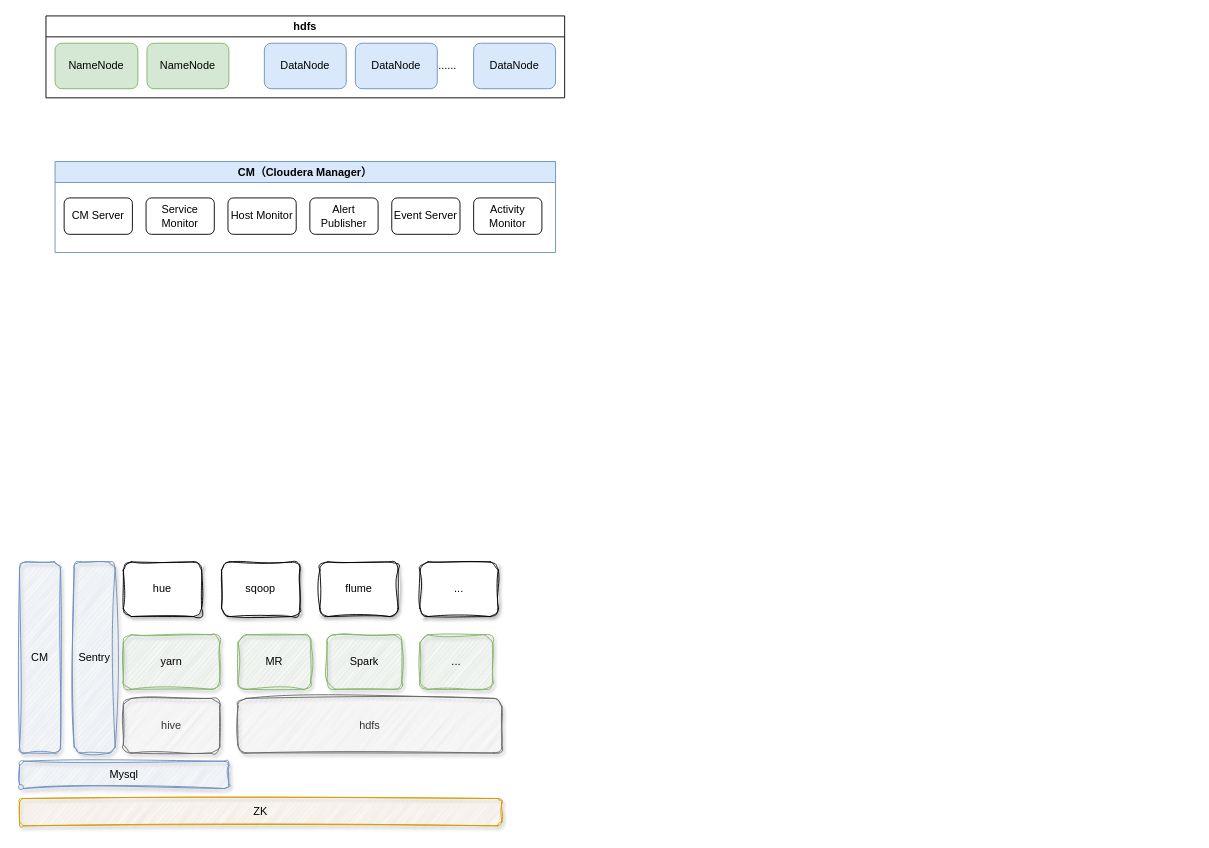
Above: 集群架构.drawio in hhyouyou/draw (draw.io), before the change. Source tidied: cells renumbered, new cells numbered last; positions are measured from the earlier drawing's top-left corner, leaving out a move shared by most shapes. Both pictures are drawn from the tidied source at 91%, with x=0, y=0 at pixel (19, 15).
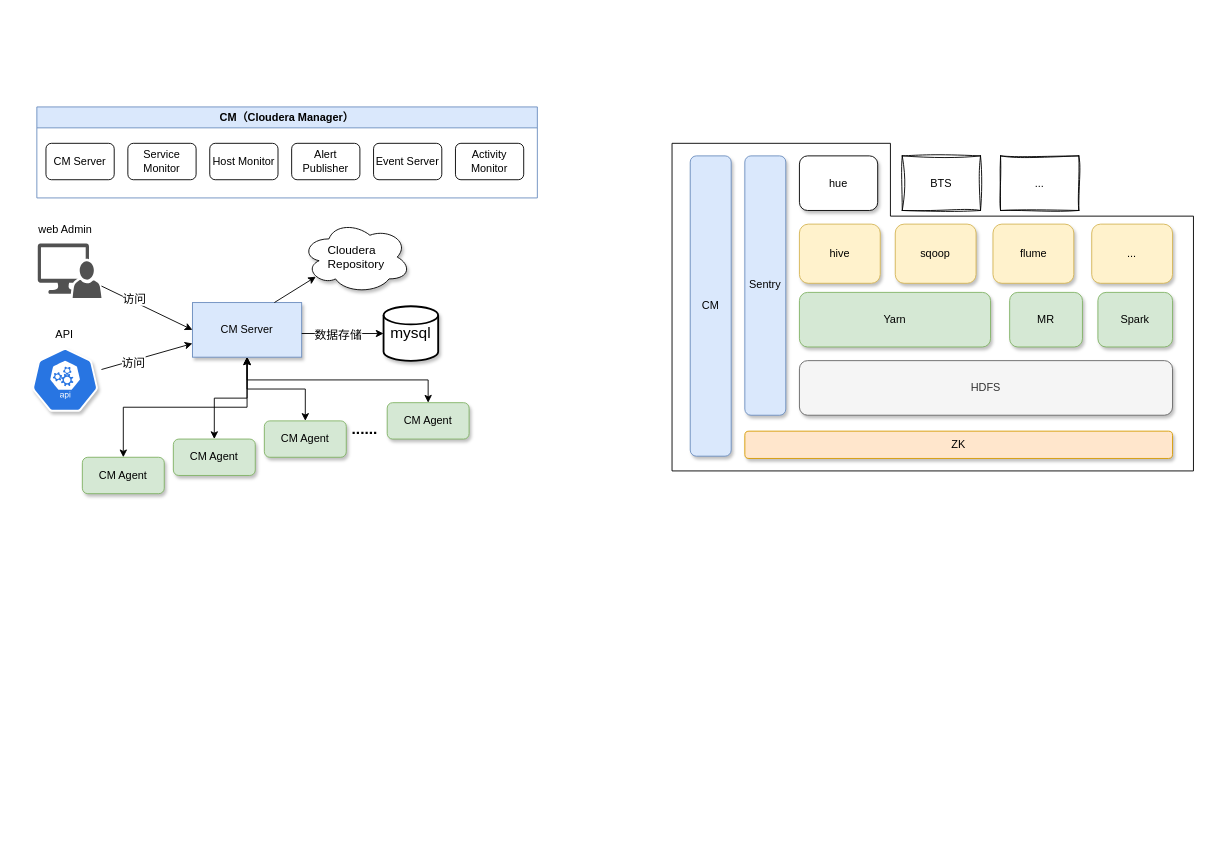
The same page after the edit.

Commit message:
更新集群架构.drawio

Diff of the diagram source:
```diff
@@
-    <mxCell id="2" style="edgeStyle=orthogonalEdgeStyle;rounded=0;jettySize=auto;html=1;entryX=0.5;entryY=1;entryDx=0;entryDy=0;shape=flexArrow;strokeColor=none;fillColor=default;" parent="1" edge="1" source="3" target="10">
-      <mxGeometry relative="1" as="geometry" />
-    </mxCell>
+    <mxCell id="31" style="group;" parent="1" vertex="1">
+      <mxGeometry x="10" y="100" width="559" height="425" as="geometry" />
+    </mxCell>
-    <mxCell id="3" value="CM（Cloudera Manager）" style="swimlane;whiteSpace=wrap;html=1;fillColor=#dae8fc;strokeColor=#6c8ebf;glass=0;shadow=0;" parent="1" vertex="1">
-      <mxGeometry x="39" y="160" width="550" height="100" as="geometry" />
+    <mxCell id="3" value="CM（Cloudera Manager）" style="swimlane;whiteSpace=wrap;html=1;fillColor=#dae8fc;strokeColor=#6c8ebf;glass=0;shadow=0;" parent="31" vertex="1">
+      <mxGeometry x="9" width="550" height="100" as="geometry" />
     </mxCell>
@@
-    <mxCell id="10" value="hdfs" style="swimlane;whiteSpace=wrap;html=1;" parent="1" vertex="1">
-      <mxGeometry x="29" width="570" height="90" as="geometry" />
-    </mxCell>
-    <mxCell id="11" value="NameNode" style="rounded=1;whiteSpace=wrap;html=1;fillColor=#d5e8d4;strokeColor=#82b366;" parent="10" vertex="1">
-      <mxGeometry x="10" y="30" width="91" height="50" as="geometry" />
-    </mxCell>
-    <mxCell id="12" value="NameNode" style="rounded=1;whiteSpace=wrap;html=1;fillColor=#d5e8d4;strokeColor=#82b366;" parent="10" vertex="1">
-      <mxGeometry x="111" y="30" width="90" height="50" as="geometry" />
-    </mxCell>
-    <mxCell id="13" value="DataNode" style="rounded=1;whiteSpace=wrap;html=1;fillColor=#dae8fc;strokeColor=#6c8ebf;" parent="10" vertex="1">
-      <mxGeometry x="240" y="30" width="90" height="50" as="geometry" />
-    </mxCell>
-    <mxCell id="14" value="DataNode" style="rounded=1;whiteSpace=wrap;html=1;fillColor=#dae8fc;strokeColor=#6c8ebf;" parent="10" vertex="1">
-      <mxGeometry x="470" y="30" width="90" height="50" as="geometry" />
-    </mxCell>
+    <mxCell id="32" value="CM Server" style="rounded=0;whiteSpace=wrap;html=1;shadow=1;sketch=0;fillColor=#dae8fc;strokeColor=#6c8ebf;" parent="31" vertex="1">
+      <mxGeometry x="180" y="215" width="120" height="60" as="geometry" />
+    </mxCell>
+    <mxCell id="33" style="edgeStyle=elbowEdgeStyle;rounded=0;jettySize=auto;html=1;entryX=0.5;entryY=1;entryDx=0;entryDy=0;fontFamily=Helvetica;fontSize=17;startArrow=classic;startFill=1;elbow=vertical;" parent="31" edge="1" source="34" target="32">
+      <mxGeometry relative="1" as="geometry" />
+    </mxCell>
+    <mxCell id="34" value="CM Agent" style="rounded=1;whiteSpace=wrap;html=1;shadow=1;sketch=0;fillColor=#d5e8d4;strokeColor=#82b366;" parent="31" vertex="1">
+      <mxGeometry x="59" y="385" width="90" height="40" as="geometry" />
+    </mxCell>
+    <mxCell id="35" style="group;" parent="31" vertex="1">
+      <mxGeometry y="120" width="80" height="90" as="geometry" />
+    </mxCell>
+    <mxCell id="36" style="sketch=0;shadow=0;dashed=0;html=1;strokeColor=none;labelPosition=center;verticalLabelPosition=bottom;verticalAlign=top;align=center;fillColor=#515151;shape=mxgraph.mscae.system_center.admin_console;" parent="35" vertex="1">
+      <mxGeometry x="10" y="30" width="70" height="60" as="geometry" />
+    </mxCell>
+    <mxCell id="37" value="web Admin" style="text;html=1;align=center;verticalAlign=middle;strokeColor=none;fillColor=none;" parent="35" vertex="1">
+      <mxGeometry width="80" height="30" as="geometry" />
+    </mxCell>
+    <mxCell id="38" style="group;" parent="31" vertex="1">
+      <mxGeometry y="235" width="80" height="100" as="geometry" />
+    </mxCell>
+    <mxCell id="39" style="sketch=0;html=1;dashed=0;whitespace=wrap;fillColor=#2875E2;strokeColor=#ffffff;points=[[0.005,0.63,0],[0.1,0.2,0],[0.9,0.2,0],[0.5,0,0],[0.995,0.63,0],[0.72,0.99,0],[0.5,1,0],[0.28,0.99,0]];verticalLabelPosition=bottom;align=center;verticalAlign=top;shape=mxgraph.kubernetes.icon;prIcon=api;shadow=1;" parent="38" vertex="1">
+      <mxGeometry y="30" width="80" height="70" as="geometry" />
+    </mxCell>
+    <mxCell id="40" value="API" style="text;html=1;align=center;verticalAlign=middle;strokeColor=none;fillColor=none;" parent="38" vertex="1">
+      <mxGeometry x="19" width="40" height="30" as="geometry" />
+    </mxCell>
+    <mxCell id="41" style="rounded=0;jettySize=auto;html=1;entryX=0;entryY=0.5;entryDx=0;entryDy=0;" parent="31" edge="1" source="36" target="32">
+      <mxGeometry relative="1" as="geometry" />
+    </mxCell>
+    <mxCell id="42" value="访问" style="edgeLabel;html=1;align=center;verticalAlign=middle;fontSize=13;fontFamily=Helvetica;" parent="41" vertex="1">
+      <mxGeometry x="-0.32" y="2" relative="1" as="geometry">
+        <mxPoint y="-1" as="offset" />
+      </mxGeometry>
+    </mxCell>
+    <mxCell id="43" style="edgeStyle=none;rounded=0;jettySize=auto;html=1;entryX=0;entryY=0.75;entryDx=0;entryDy=0;" parent="31" edge="1" source="39" target="32">
+      <mxGeometry relative="1" as="geometry" />
+    </mxCell>
+    <mxCell id="44" value="访问" style="edgeLabel;html=1;align=center;verticalAlign=middle;fontSize=13;fontFamily=Helvetica;" parent="43" vertex="1">
+      <mxGeometry x="-0.33" y="-2" relative="1" as="geometry" />
+    </mxCell>
+    <mxCell id="45" style="edgeStyle=elbowEdgeStyle;rounded=0;jettySize=auto;elbow=vertical;html=1;fontFamily=Helvetica;fontSize=17;startArrow=classic;startFill=1;" parent="31" edge="1" source="46" target="32">
+      <mxGeometry relative="1" as="geometry" />
+    </mxCell>
+    <mxCell id="46" value="CM Agent" style="rounded=1;whiteSpace=wrap;html=1;shadow=1;sketch=0;fillColor=#d5e8d4;strokeColor=#82b366;" parent="31" vertex="1">
+      <mxGeometry x="259" y="345" width="90" height="40" as="geometry" />
+    </mxCell>
+    <mxCell id="47" style="edgeStyle=elbowEdgeStyle;rounded=0;jettySize=auto;elbow=vertical;html=1;entryX=0.5;entryY=1;entryDx=0;entryDy=0;fontFamily=Helvetica;fontSize=17;startArrow=classic;startFill=1;" parent="31" edge="1" source="48" target="32">
+      <mxGeometry relative="1" as="geometry" />
+    </mxCell>
+    <mxCell id="48" value="CM Agent" style="rounded=1;whiteSpace=wrap;html=1;shadow=1;sketch=0;fillColor=#d5e8d4;strokeColor=#82b366;" parent="31" vertex="1">
+      <mxGeometry x="159" y="365" width="90" height="40" as="geometry" />
+    </mxCell>
+    <mxCell id="49" style="edgeStyle=elbowEdgeStyle;rounded=0;jettySize=auto;elbow=vertical;html=1;fontFamily=Helvetica;fontSize=17;startArrow=classic;startFill=1;" parent="31" edge="1" source="50" target="32">
+      <mxGeometry relative="1" as="geometry" />
+    </mxCell>
+    <mxCell id="50" value="CM Agent" style="rounded=1;whiteSpace=wrap;html=1;shadow=1;sketch=0;fillColor=#d5e8d4;strokeColor=#82b366;" parent="31" vertex="1">
+      <mxGeometry x="394" y="325" width="90" height="40" as="geometry" />
+    </mxCell>
-    <mxCell id="15" value="......" style="text;html=1;align=center;verticalAlign=middle;strokeColor=none;fillColor=none;" parent="10" vertex="1">
-      <mxGeometry x="421" y="40" width="40" height="30" as="geometry" />
+    <mxCell id="15" value="......" style="text;html=1;align=center;verticalAlign=middle;strokeColor=none;fillColor=none;fontStyle=1;fontFamily=Helvetica;fontSize=17;" parent="31" vertex="1">
+      <mxGeometry x="344" y="340" width="50" height="30" as="geometry" />
     </mxCell>
-    <mxCell id="16" value="DataNode" style="rounded=1;whiteSpace=wrap;html=1;fillColor=#dae8fc;strokeColor=#6c8ebf;" parent="10" vertex="1">
-      <mxGeometry x="340" y="30" width="90" height="50" as="geometry" />
-    </mxCell>
-    <mxCell id="17" value="CM" style="rounded=1;whiteSpace=wrap;html=1;fillColor=#dae8fc;strokeColor=#6c8ebf;sketch=1;curveFitting=1;jiggle=2;shadow=1;glass=0;" parent="1" vertex="1">
-      <mxGeometry y="600" width="45" height="210" as="geometry" />
-    </mxCell>
+    <mxCell id="51" value="mysql" style="strokeWidth=2;html=1;shape=mxgraph.flowchart.database;whiteSpace=wrap;shadow=1;sketch=0;fontFamily=Helvetica;fontSize=17;" parent="31" vertex="1">
+      <mxGeometry x="390" y="219" width="60" height="60" as="geometry" />
+    </mxCell>
+    <mxCell id="52" style="edgeStyle=elbowEdgeStyle;rounded=0;jettySize=auto;elbow=vertical;html=1;entryX=0;entryY=0.5;entryDx=0;entryDy=0;entryPerimeter=0;fontFamily=Helvetica;fontSize=17;startArrow=none;startFill=0;" parent="31" edge="1" source="32" target="51">
+      <mxGeometry relative="1" as="geometry" />
+    </mxCell>
+    <mxCell id="53" value="数据存储" style="edgeLabel;html=1;align=center;verticalAlign=middle;fontSize=13;fontFamily=Helvetica;" parent="52" vertex="1">
+      <mxGeometry x="-0.27" relative="1" as="geometry">
+        <mxPoint x="6" as="offset" />
+      </mxGeometry>
+    </mxCell>
+    <mxCell id="54" value="&lt;div style=&quot;text-align: start;&quot;&gt;Cloudera&lt;/div&gt;&lt;div style=&quot;text-align: start;&quot;&gt;Repository&lt;/div&gt;" style="ellipse;shape=cloud;whiteSpace=wrap;html=1;shadow=1;sketch=0;fontFamily=Helvetica;fontSize=13;" parent="31" vertex="1">
+      <mxGeometry x="300" y="125" width="120" height="80" as="geometry" />
+    </mxCell>
+    <mxCell id="55" style="edgeStyle=none;rounded=0;jettySize=auto;html=1;exitX=0.75;exitY=0;exitDx=0;exitDy=0;entryX=0.13;entryY=0.77;entryDx=0;entryDy=0;entryPerimeter=0;fontFamily=Helvetica;fontSize=13;startArrow=none;startFill=0;elbow=vertical;" parent="31" edge="1" source="32" target="54">
+      <mxGeometry relative="1" as="geometry" />
+    </mxCell>
+    <mxCell id="56" style="group;" parent="1" vertex="1">
+      <mxGeometry x="717" y="140" width="573" height="360" as="geometry" />
+    </mxCell>
+    <mxCell id="57" style="shape=corner;whiteSpace=wrap;html=1;rounded=0;shadow=0;glass=0;sketch=0;fontFamily=Helvetica;fontSize=13;dx=280;dy=240;direction=north;" parent="56" vertex="1">
+      <mxGeometry width="573" height="360" as="geometry" />
+    </mxCell>
+    <mxCell id="58" style="group;" parent="56" vertex="1">
+      <mxGeometry x="20" y="13.8" width="530" height="332.5" as="geometry" />
+    </mxCell>
-    <mxCell id="18" value="hdfs" style="rounded=1;whiteSpace=wrap;html=1;fillColor=#f5f5f5;strokeColor=#666666;fontColor=#333333;sketch=1;curveFitting=1;jiggle=2;shadow=1;glass=0;" parent="1" vertex="1">
-      <mxGeometry x="240" y="750" width="290" height="60" as="geometry" />
+    <mxCell id="18" value="HDFS" style="rounded=1;whiteSpace=wrap;html=1;fillColor=#f5f5f5;strokeColor=#666666;fontColor=#333333;sketch=0;curveFitting=1;jiggle=2;shadow=1;glass=0;" parent="58" vertex="1">
+      <mxGeometry x="120" y="225" width="410" height="60" as="geometry" />
     </mxCell>
-    <mxCell id="19" value="yarn" style="rounded=1;whiteSpace=wrap;html=1;fillColor=#d5e8d4;strokeColor=#82b366;sketch=1;curveFitting=1;jiggle=2;shadow=1;glass=0;" parent="1" vertex="1">
-      <mxGeometry x="114" y="680" width="106" height="60" as="geometry" />
-    </mxCell>
-    <mxCell id="20" value="hive" style="rounded=1;whiteSpace=wrap;html=1;fillColor=#f5f5f5;strokeColor=#666666;fontColor=#333333;sketch=1;curveFitting=1;jiggle=2;shadow=1;glass=0;" parent="1" vertex="1">
-      <mxGeometry x="114" y="750" width="106" height="60" as="geometry" />
-    </mxCell>
+    <mxCell id="23" value="ZK" style="rounded=1;whiteSpace=wrap;html=1;fillColor=#ffe6cc;strokeColor=#d79b00;sketch=0;curveFitting=1;jiggle=2;shadow=1;glass=0;" parent="58" vertex="1">
+      <mxGeometry x="60" y="302.5" width="470" height="30" as="geometry" />
+    </mxCell>
-    <mxCell id="21" value="hue" style="rounded=1;whiteSpace=wrap;html=1;sketch=1;curveFitting=1;jiggle=2;shadow=1;glass=0;" parent="1" vertex="1">
-      <mxGeometry x="114" y="600" width="86" height="60" as="geometry" />
+    <mxCell id="21" value="hue" style="rounded=1;whiteSpace=wrap;html=1;sketch=0;curveFitting=1;jiggle=2;shadow=1;glass=0;" parent="58" vertex="1">
+      <mxGeometry x="120" width="86" height="60" as="geometry" />
     </mxCell>
-    <mxCell id="22" value="Sentry" style="rounded=1;whiteSpace=wrap;html=1;fillColor=#dae8fc;strokeColor=#6c8ebf;sketch=1;curveFitting=1;jiggle=2;shadow=1;glass=0;" parent="1" vertex="1">
-      <mxGeometry x="60" y="600" width="45" height="210" as="geometry" />
+    <mxCell id="22" value="Sentry" style="rounded=1;whiteSpace=wrap;html=1;fillColor=#dae8fc;strokeColor=#6c8ebf;sketch=0;curveFitting=1;jiggle=2;shadow=1;glass=0;" parent="58" vertex="1">
+      <mxGeometry x="60" width="45" height="285" as="geometry" />
     </mxCell>
-    <mxCell id="23" value="ZK" style="rounded=1;whiteSpace=wrap;html=1;fillColor=#ffe6cc;strokeColor=#d79b00;sketch=1;curveFitting=1;jiggle=2;shadow=1;glass=0;" parent="1" vertex="1">
-      <mxGeometry y="860" width="530" height="30" as="geometry" />
-    </mxCell>
+    <mxCell id="17" value="CM" style="rounded=1;whiteSpace=wrap;html=1;fillColor=#dae8fc;strokeColor=#6c8ebf;sketch=0;curveFitting=1;jiggle=2;shadow=1;glass=0;" parent="58" vertex="1">
+      <mxGeometry width="45" height="330" as="geometry" />
+    </mxCell>
+    <mxCell id="59" style="group;" parent="58" vertex="1">
+      <mxGeometry x="120" y="150" width="410" height="60" as="geometry" />
+    </mxCell>
+    <mxCell id="60" value="Yarn" style="rounded=1;whiteSpace=wrap;html=1;fillColor=#d5e8d4;strokeColor=#82b366;sketch=0;curveFitting=1;jiggle=2;shadow=1;glass=0;" parent="59" vertex="1">
+      <mxGeometry width="210" height="60" as="geometry" />
+    </mxCell>
+    <mxCell id="27" value="MR" style="rounded=1;whiteSpace=wrap;html=1;fillColor=#d5e8d4;strokeColor=#82b366;sketch=0;curveFitting=1;jiggle=2;shadow=1;glass=0;" parent="59" vertex="1">
+      <mxGeometry x="231" width="80" height="60" as="geometry" />
+    </mxCell>
+    <mxCell id="28" value="Spark" style="rounded=1;whiteSpace=wrap;html=1;fillColor=#d5e8d4;strokeColor=#82b366;sketch=0;curveFitting=1;jiggle=2;shadow=1;glass=0;" parent="59" vertex="1">
+      <mxGeometry x="328" width="82" height="60" as="geometry" />
+    </mxCell>
+    <mxCell id="61" style="group;" parent="58" vertex="1">
+      <mxGeometry x="120" y="75" width="410" height="65" as="geometry" />
+    </mxCell>
-    <mxCell id="24" value="sqoop" style="rounded=1;whiteSpace=wrap;html=1;sketch=1;curveFitting=1;jiggle=2;shadow=1;glass=0;" parent="1" vertex="1">
-      <mxGeometry x="222" y="600" width="86" height="60" as="geometry" />
+    <mxCell id="24" value="sqoop" style="rounded=1;whiteSpace=wrap;html=1;sketch=0;curveFitting=1;jiggle=2;shadow=1;glass=0;fillColor=#fff2cc;strokeColor=#d6b656;" parent="61" vertex="1">
+      <mxGeometry x="105.3" width="88.8" height="65" as="geometry" />
     </mxCell>
-    <mxCell id="25" value="flume" style="rounded=1;whiteSpace=wrap;html=1;sketch=1;curveFitting=1;jiggle=2;shadow=1;glass=0;" parent="1" vertex="1">
-      <mxGeometry x="330" y="600" width="86" height="60" as="geometry" />
+    <mxCell id="25" value="flume" style="rounded=1;whiteSpace=wrap;html=1;sketch=0;curveFitting=1;jiggle=2;shadow=1;glass=0;fillColor=#fff2cc;strokeColor=#d6b656;" parent="61" vertex="1">
+      <mxGeometry x="212.7" width="88.8" height="65" as="geometry" />
     </mxCell>
-    <mxCell id="26" value="..." style="rounded=1;whiteSpace=wrap;html=1;sketch=1;curveFitting=1;jiggle=2;shadow=1;glass=0;" parent="1" vertex="1">
-      <mxGeometry x="440" y="600" width="86" height="60" as="geometry" />
-    </mxCell>
-    <mxCell id="27" value="MR" style="rounded=1;whiteSpace=wrap;html=1;fillColor=#d5e8d4;strokeColor=#82b366;sketch=1;curveFitting=1;jiggle=2;shadow=1;glass=0;" parent="1" vertex="1">
-      <mxGeometry x="240" y="680" width="80" height="60" as="geometry" />
-    </mxCell>
-    <mxCell id="28" value="Spark" style="rounded=1;whiteSpace=wrap;html=1;fillColor=#d5e8d4;strokeColor=#82b366;sketch=1;curveFitting=1;jiggle=2;shadow=1;glass=0;" parent="1" vertex="1">
-      <mxGeometry x="338" y="680" width="82" height="60" as="geometry" />
-    </mxCell>
-    <mxCell id="29" value="..." style="rounded=1;whiteSpace=wrap;html=1;fillColor=#d5e8d4;strokeColor=#82b366;sketch=1;curveFitting=1;jiggle=2;shadow=1;glass=0;" parent="1" vertex="1">
-      <mxGeometry x="440" y="680" width="80" height="60" as="geometry" />
-    </mxCell>
-    <mxCell id="30" value="Mysql" style="rounded=1;whiteSpace=wrap;html=1;fillColor=#dae8fc;strokeColor=#6c8ebf;sketch=1;curveFitting=1;jiggle=2;shadow=1;glass=0;" parent="1" vertex="1">
-      <mxGeometry y="819" width="230" height="30" as="geometry" />
-    </mxCell>
+    <mxCell id="62" value="..." style="rounded=1;whiteSpace=wrap;html=1;sketch=0;curveFitting=1;jiggle=2;shadow=1;glass=0;fillColor=#fff2cc;strokeColor=#d6b656;" parent="61" vertex="1">
+      <mxGeometry x="321.2" width="88.8" height="65" as="geometry" />
+    </mxCell>
+    <mxCell id="20" value="hive" style="rounded=1;whiteSpace=wrap;html=1;sketch=0;curveFitting=1;jiggle=2;shadow=1;glass=0;fillColor=#fff2cc;strokeColor=#d6b656;" parent="61" vertex="1">
+      <mxGeometry width="88.8" height="65" as="geometry" />
+    </mxCell>
+    <mxCell id="63" value="BTS" style="rounded=0;whiteSpace=wrap;html=1;sketch=1;curveFitting=1;jiggle=2;shadow=0;glass=0;" parent="58" vertex="1">
+      <mxGeometry x="233" width="86" height="60" as="geometry" />
+    </mxCell>
+    <mxCell id="64" value="..." style="rounded=0;whiteSpace=wrap;html=1;sketch=1;curveFitting=1;jiggle=2;shadow=0;glass=0;" parent="58" vertex="1">
+      <mxGeometry x="341" width="86" height="60" as="geometry" />
+    </mxCell>
```
